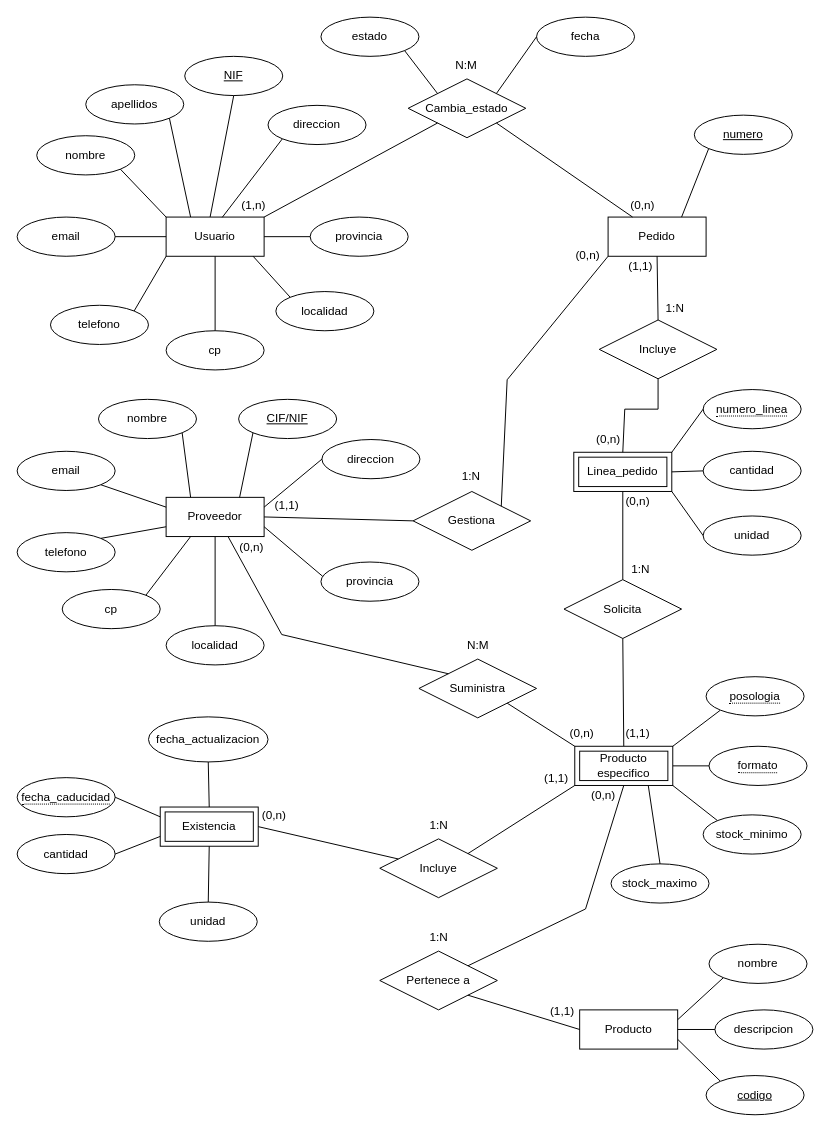
Before: Diagrama sin título.drawio in mariopr25/StockAlmacen-ER, a draw.io diagram. Source tidied: cells renumbered, new cells numbered last; positions are measured from the earlier drawing's top-left corner, leaving out a move shared by most shapes. Both pictures are drawn from the tidied source at 98%, with x=0, y=0 at pixel (17, 17).
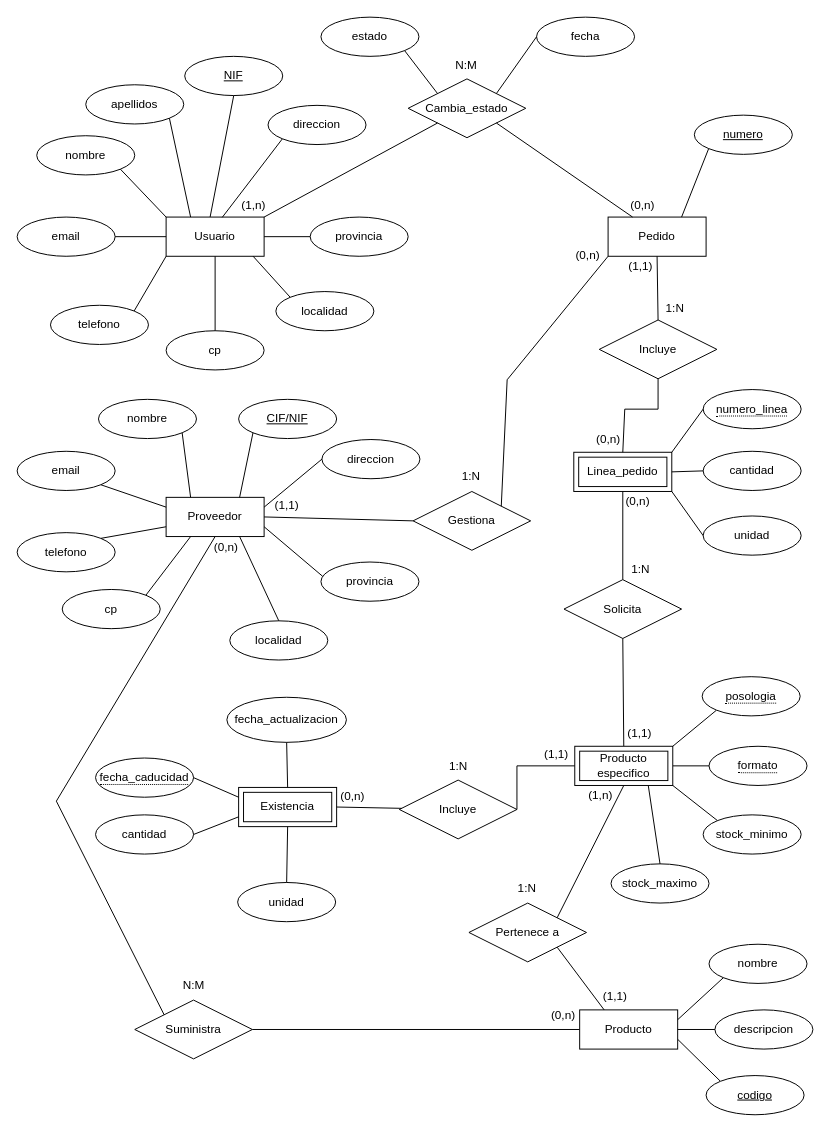
Above is the later version.

Commit message:
Modificada la relación Suministra, ahora es entre Proveedor y Producto en vez de Producto específico

The change refers to these unchanged cells:
```xml
<mxCell id="28" value="Proveedor" style="whiteSpace=wrap;html=1;align=center;" parent="1" vertex="1">
  <mxGeometry x="152" y="490" width="100" height="40" as="geometry" />
</mxCell>
<mxCell id="103" value="Producto" style="whiteSpace=wrap;html=1;align=center;" parent="1" vertex="1">
  <mxGeometry x="574" y="1013" width="100" height="40" as="geometry" />
</mxCell>
<mxCell id="109" value="Producto especifico" style="shape=ext;margin=3;double=1;whiteSpace=wrap;html=1;align=center;" parent="1" vertex="1">
  <mxGeometry x="569" y="744" width="100" height="40" as="geometry" />
</mxCell>
```

What changed in the source:
```diff
@@
     <mxCell id="32" value="localidad" style="ellipse;whiteSpace=wrap;html=1;align=center;" parent="1" vertex="1">
-      <mxGeometry x="152" y="621" width="100" height="40" as="geometry" />
+      <mxGeometry x="217" y="616" width="100" height="40" as="geometry" />
     </mxCell>
@@
-    <mxCell id="39" style="endArrow=none;html=1;rounded=0;entryX=0.5;entryY=0;entryDx=0;entryDy=0;exitX=0.5;exitY=1;exitDx=0;exitDy=0;" parent="1" edge="1" source="28" target="32">
+    <mxCell id="39" style="endArrow=none;html=1;rounded=0;entryX=0.5;entryY=0;entryDx=0;entryDy=0;exitX=0.75;exitY=1;exitDx=0;exitDy=0;" parent="1" edge="1" source="28" target="32">
       <mxGeometry relative="1" as="geometry" />
     </mxCell>
@@
     <mxCell id="60" value="Suministra" style="shape=rhombus;perimeter=rhombusPerimeter;whiteSpace=wrap;html=1;align=center;" parent="1" vertex="1">
-      <mxGeometry x="410" y="655" width="120" height="60" as="geometry" />
+      <mxGeometry x="120" y="1003" width="120" height="60" as="geometry" />
     </mxCell>
-    <mxCell id="61" style="endArrow=none;html=1;rounded=0;entryX=0;entryY=0;entryDx=0;entryDy=0;exitX=0.634;exitY=1.008;exitDx=0;exitDy=0;exitPerimeter=0;" parent="1" edge="1" source="28" target="60">
+    <mxCell id="61" style="endArrow=none;html=1;rounded=0;exitX=0.5;exitY=1;exitDx=0;exitDy=0;entryX=0;entryY=0;entryDx=0;entryDy=0;" parent="1" edge="1" source="28" target="60">
       <mxGeometry relative="1" as="geometry">
         <Array as="points">
-          <mxPoint x="270" y="630" />
+          <mxPoint x="40" y="800" />
         </Array>
       </mxGeometry>
     </mxCell>
-    <mxCell id="62" style="endArrow=none;html=1;rounded=0;entryX=1;entryY=1;entryDx=0;entryDy=0;exitX=0;exitY=0;exitDx=0;exitDy=0;" parent="1" edge="1" source="109" target="60">
+    <mxCell id="62" style="endArrow=none;html=1;rounded=0;entryX=1;entryY=0.5;entryDx=0;entryDy=0;exitX=0;exitY=0.5;exitDx=0;exitDy=0;" parent="1" edge="1" source="103" target="60">
       <mxGeometry relative="1" as="geometry" />
     </mxCell>
@@
     <mxCell id="76" value="(1,1)" style="text;html=1;align=center;verticalAlign=middle;strokeColor=none;fillColor=none;" parent="1" vertex="1">
-      <mxGeometry x="608" y="716" width="50" height="30" as="geometry" />
+      <mxGeometry x="610" y="716" width="50" height="30" as="geometry" />
     </mxCell>
@@
     <mxCell id="79" value="(0,n)" style="text;html=1;align=center;verticalAlign=middle;strokeColor=none;fillColor=none;" parent="1" vertex="1">
-      <mxGeometry x="551" y="716" width="50" height="30" as="geometry" />
+      <mxGeometry x="532" y="1004" width="50" height="30" as="geometry" />
     </mxCell>
     <mxCell id="80" value="(0,n)" style="text;html=1;align=center;verticalAlign=middle;strokeColor=none;fillColor=none;" parent="1" vertex="1">
-      <mxGeometry x="214" y="526" width="50" height="30" as="geometry" />
+      <mxGeometry x="188" y="526" width="50" height="30" as="geometry" />
     </mxCell>
     <mxCell id="81" value="N:M" style="text;html=1;align=center;verticalAlign=middle;strokeColor=none;fillColor=none;" parent="1" vertex="1">
-      <mxGeometry x="445" y="626" width="50" height="30" as="geometry" />
+      <mxGeometry x="155" y="973" width="50" height="30" as="geometry" />
     </mxCell>
     <mxCell id="82" value="Existencia" style="shape=ext;margin=3;double=1;whiteSpace=wrap;html=1;align=center;" parent="1" vertex="1">
-      <mxGeometry x="146" y="806" width="100" height="40" as="geometry" />
+      <mxGeometry x="226" y="786" width="100" height="40" as="geometry" />
     </mxCell>
     <mxCell id="83" value="&lt;span style=&quot;border-bottom: 1px dotted&quot;&gt;fecha_caducidad&lt;/span&gt;" style="ellipse;whiteSpace=wrap;html=1;align=center;" parent="1" vertex="1">
-      <mxGeometry y="776" width="100" height="40" as="geometry" />
+      <mxGeometry x="80" y="756" width="100" height="40" as="geometry" />
     </mxCell>
     <mxCell id="84" value="cantidad" style="ellipse;whiteSpace=wrap;html=1;align=center;" parent="1" vertex="1">
-      <mxGeometry y="834" width="100" height="40" as="geometry" />
+      <mxGeometry x="80" y="814" width="100" height="40" as="geometry" />
     </mxCell>
@@
     <mxCell id="87" value="Incluye" style="shape=rhombus;perimeter=rhombusPerimeter;whiteSpace=wrap;html=1;align=center;" parent="1" vertex="1">
-      <mxGeometry x="370" y="838.5" width="120" height="60" as="geometry" />
+      <mxGeometry x="390" y="778.5" width="120" height="60" as="geometry" />
     </mxCell>
@@
     <mxCell id="89" value="(1,1)" style="text;html=1;align=center;verticalAlign=middle;strokeColor=none;fillColor=none;" parent="1" vertex="1">
-      <mxGeometry x="525" y="762" width="50" height="30" as="geometry" />
+      <mxGeometry x="525" y="737" width="50" height="30" as="geometry" />
     </mxCell>
     <mxCell id="90" value="(0,n)" style="text;html=1;align=center;verticalAlign=middle;strokeColor=none;fillColor=none;" parent="1" vertex="1">
-      <mxGeometry x="237" y="800" width="50" height="30" as="geometry" />
+      <mxGeometry x="317" y="780" width="50" height="30" as="geometry" />
     </mxCell>
     <mxCell id="91" value="1:N" style="text;html=1;align=center;verticalAlign=middle;strokeColor=none;fillColor=none;" parent="1" vertex="1">
-      <mxGeometry x="410" y="809.5" width="40" height="30" as="geometry" />
+      <mxGeometry x="430" y="749.5" width="40" height="30" as="geometry" />
     </mxCell>
     <mxCell id="92" value="fecha_actualizacion" style="ellipse;whiteSpace=wrap;html=1;align=center;" parent="1" vertex="1">
-      <mxGeometry x="134" y="714" width="122" height="46" as="geometry" />
+      <mxGeometry x="214" y="694" width="122" height="46" as="geometry" />
     </mxCell>
@@
     <mxCell id="99" value="unidad" style="ellipse;whiteSpace=wrap;html=1;align=center;" parent="1" vertex="1">
-      <mxGeometry x="145" y="903" width="100" height="40" as="geometry" />
+      <mxGeometry x="225" y="883" width="100" height="40" as="geometry" />
     </mxCell>
@@
     <mxCell id="108" value="(1,1)" style="text;html=1;align=center;verticalAlign=middle;strokeColor=none;fillColor=none;" parent="1" vertex="1">
-      <mxGeometry x="531" y="1000" width="50" height="30" as="geometry" />
+      <mxGeometry x="585" y="984" width="50" height="30" as="geometry" />
     </mxCell>
@@
     <mxCell id="110" value="Pertenece a" style="shape=rhombus;perimeter=rhombusPerimeter;whiteSpace=wrap;html=1;align=center;" parent="1" vertex="1">
-      <mxGeometry x="370" y="953" width="120" height="60" as="geometry" />
+      <mxGeometry x="461" y="904" width="120" height="60" as="geometry" />
     </mxCell>
-    <mxCell id="111" style="endArrow=none;html=1;rounded=0;exitX=1;exitY=1;exitDx=0;exitDy=0;entryX=0;entryY=0.5;entryDx=0;entryDy=0;" parent="1" edge="1" source="110" target="103">
+    <mxCell id="111" style="endArrow=none;html=1;rounded=0;exitX=1;exitY=1;exitDx=0;exitDy=0;entryX=0.25;entryY=0;entryDx=0;entryDy=0;" parent="1" edge="1" source="110" target="103">
       <mxGeometry relative="1" as="geometry" />
     </mxCell>
     <mxCell id="112" style="endArrow=none;html=1;rounded=0;exitX=1;exitY=0;exitDx=0;exitDy=0;entryX=0.5;entryY=1;entryDx=0;entryDy=0;" parent="1" edge="1" source="110" target="109">
-      <mxGeometry relative="1" as="geometry">
-        <Array as="points">
-          <mxPoint x="580" y="910" />
-        </Array>
-      </mxGeometry>
+      <mxGeometry relative="1" as="geometry" />
     </mxCell>
-    <mxCell id="113" value="(0,n)" style="text;html=1;align=center;verticalAlign=middle;strokeColor=none;fillColor=none;" parent="1" vertex="1">
-      <mxGeometry x="573" y="779" width="50" height="30" as="geometry" />
+    <mxCell id="113" value="(1,n)" style="text;html=1;align=center;verticalAlign=middle;strokeColor=none;fillColor=none;" parent="1" vertex="1">
+      <mxGeometry x="570" y="779" width="50" height="30" as="geometry" />
     </mxCell>
     <mxCell id="114" value="1:N" style="text;html=1;align=center;verticalAlign=middle;strokeColor=none;fillColor=none;" parent="1" vertex="1">
-      <mxGeometry x="410" y="924" width="40" height="30" as="geometry" />
+      <mxGeometry x="500" y="874" width="40" height="30" as="geometry" />
     </mxCell>
@@
-    <mxCell id="116" style="endArrow=none;html=1;rounded=0;exitX=0;exitY=1;exitDx=0;exitDy=0;entryX=1;entryY=0;entryDx=0;entryDy=0;" parent="1" edge="1" source="109" target="87">
-      <mxGeometry relative="1" as="geometry" />
+    <mxCell id="116" style="endArrow=none;html=1;rounded=0;exitX=0;exitY=0.5;exitDx=0;exitDy=0;entryX=1;entryY=0.5;entryDx=0;entryDy=0;" parent="1" edge="1" source="109" target="87">
+      <mxGeometry relative="1" as="geometry">
+        <Array as="points">
+          <mxPoint x="510" y="764" />
+        </Array>
+      </mxGeometry>
     </mxCell>
     <mxCell id="117" value="&lt;span style=&quot;border-bottom: 1px dotted&quot;&gt;posologia&lt;br&gt;&lt;/span&gt;" style="ellipse;whiteSpace=wrap;html=1;align=center;" parent="1" vertex="1">
-      <mxGeometry x="703" y="673" width="100" height="40" as="geometry" />
+      <mxGeometry x="699" y="673" width="100" height="40" as="geometry" />
     </mxCell>
```
